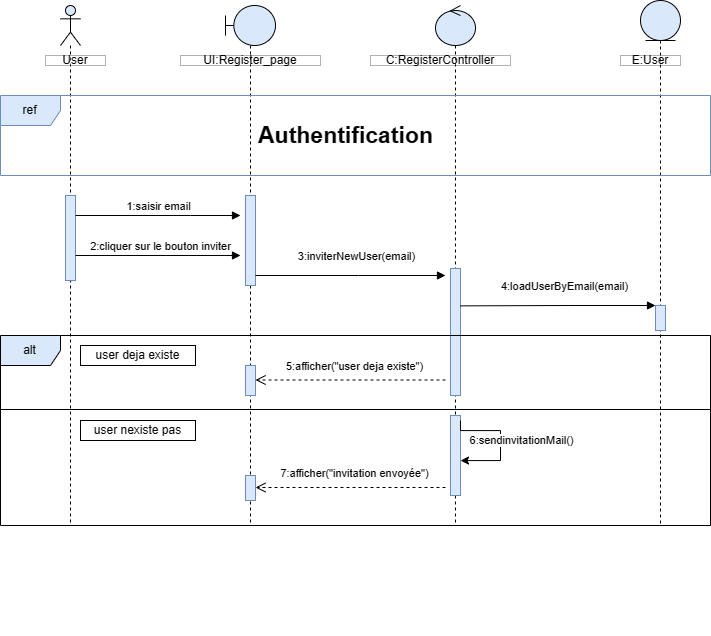
chirine1/-project keeps this draw.io diagram as Diagramme sequence invite nouveau utilisateur.drawio.png. Above is the earlier version. Source tidied: cells renumbered, new cells last; positions are measured from the earlier drawing's top-left corner, leaving out a move shared by most shapes.
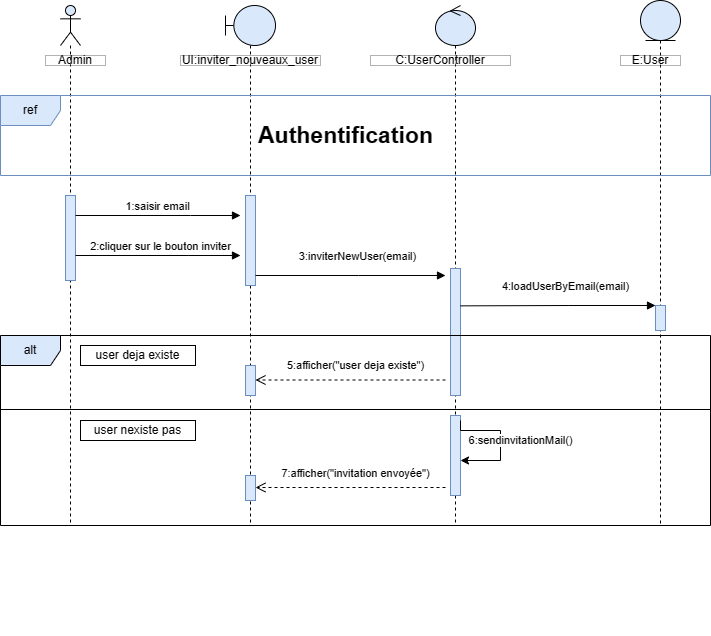
The same diagram one commit later.

Commit message:
Mettre à jour Diagramme sequence invite nouveau utilisateur.drawio.png

Diff of the diagram source:
```diff
@@ -52,13 +52,13 @@
         <mxPoint x="260" y="625" as="targetPoint" />
       </mxGeometry>
     </mxCell>
-    <mxCell id="15" value="User" style="html=1;whiteSpace=wrap;opacity=30;gradientColor=none;fillColor=default;fillStyle=auto;rounded=0;" parent="1" vertex="1">
+    <mxCell id="15" value="Admin" style="html=1;whiteSpace=wrap;opacity=30;gradientColor=none;fillColor=default;fillStyle=auto;rounded=0;" parent="1" vertex="1">
       <mxGeometry x="45" y="55" width="60" height="10" as="geometry" />
     </mxCell>
-    <mxCell id="16" value="UI:Register_page" style="html=1;whiteSpace=wrap;opacity=30;gradientColor=none;fillColor=default;fillStyle=auto;rounded=0;" parent="1" vertex="1">
+    <mxCell id="16" value="UI:inviter_nouveaux_user" style="html=1;whiteSpace=wrap;opacity=30;gradientColor=none;fillColor=default;fillStyle=auto;rounded=0;" parent="1" vertex="1">
       <mxGeometry x="180" y="55" width="140" height="10" as="geometry" />
     </mxCell>
-    <mxCell id="17" value="C:RegisterController" style="html=1;whiteSpace=wrap;opacity=30;gradientColor=none;fillColor=default;fillStyle=auto;rounded=0;" parent="1" vertex="1">
+    <mxCell id="17" value="C:UserController" style="html=1;whiteSpace=wrap;opacity=30;gradientColor=none;fillColor=default;fillStyle=auto;rounded=0;" parent="1" vertex="1">
       <mxGeometry x="370" y="55" width="140" height="10" as="geometry" />
     </mxCell>
     <mxCell id="18" value="E:User" style="html=1;whiteSpace=wrap;opacity=30;gradientColor=none;fillColor=default;fillStyle=auto;rounded=0;" parent="1" vertex="1">
```
